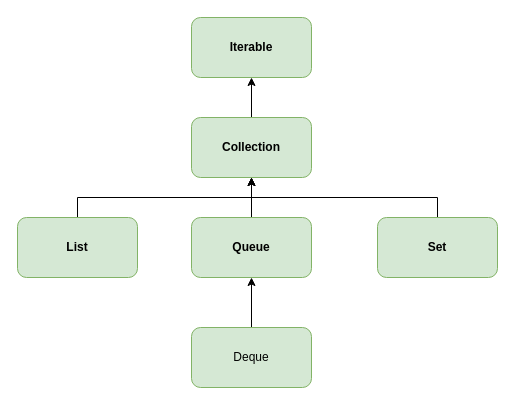
The draw.io diagram java集合框架继承体系.drawio in Fanziyang-v/hello-world, before the edit. Source tidied: cells renumbered, new cells numbered last; positions are measured from the earlier drawing's top-left corner, leaving out a move shared by most shapes. Both pictures are drawn from the tidied source at 100%, with x=0, y=0 at pixel (17, 17).
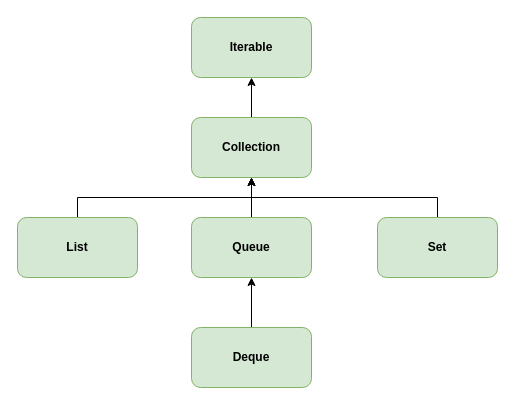
The same page after the edit.

Commit message (it also covers changes not shown here):
更新java集合框架继承体系.drawio

Change to the diagram source:
```diff
@@
 <mxGraphModel>
   <root>
     <mxCell id="0" />
     <mxCell id="1" parent="0" />
     <mxCell id="2" value="&lt;b&gt;Iterable&lt;/b&gt;" style="rounded=1;whiteSpace=wrap;html=1;fillColor=#d5e8d4;strokeColor=#82b366;" parent="1" vertex="1">
       <mxGeometry x="174" width="120" height="60" as="geometry" />
     </mxCell>
     <mxCell id="3" style="edgeStyle=orthogonalEdgeStyle;rounded=0;jettySize=auto;html=1;entryX=0.5;entryY=1;entryDx=0;entryDy=0;" parent="1" edge="1" source="4" target="2">
       <mxGeometry relative="1" as="geometry" />
     </mxCell>
     <mxCell id="4" value="&lt;b&gt;Collection&lt;/b&gt;" style="rounded=1;whiteSpace=wrap;html=1;fillColor=#d5e8d4;strokeColor=#82b366;" parent="1" vertex="1">
       <mxGeometry x="174" y="100" width="120" height="60" as="geometry" />
     </mxCell>
     <mxCell id="5" style="edgeStyle=orthogonalEdgeStyle;rounded=0;jettySize=auto;html=1;entryX=0.5;entryY=1;entryDx=0;entryDy=0;" parent="1" edge="1" source="6" target="4">
       <mxGeometry relative="1" as="geometry">
         <Array as="points">
           <mxPoint x="60" y="180" />
           <mxPoint x="234" y="180" />
         </Array>
       </mxGeometry>
     </mxCell>
     <mxCell id="6" value="&lt;b&gt;List&lt;/b&gt;" style="rounded=1;whiteSpace=wrap;html=1;fillColor=#d5e8d4;strokeColor=#82b366;" parent="1" vertex="1">
       <mxGeometry y="200" width="120" height="60" as="geometry" />
     </mxCell>
     <mxCell id="7" style="edgeStyle=orthogonalEdgeStyle;rounded=0;jettySize=auto;html=1;entryX=0.5;entryY=1;entryDx=0;entryDy=0;" parent="1" edge="1" source="8" target="4">
       <mxGeometry relative="1" as="geometry" />
     </mxCell>
     <mxCell id="8" value="&lt;b&gt;Queue&lt;/b&gt;" style="rounded=1;whiteSpace=wrap;html=1;fillColor=#d5e8d4;strokeColor=#82b366;" parent="1" vertex="1">
       <mxGeometry x="174" y="200" width="120" height="60" as="geometry" />
     </mxCell>
     <mxCell id="9" style="edgeStyle=orthogonalEdgeStyle;rounded=0;jettySize=auto;html=1;entryX=0.5;entryY=1;entryDx=0;entryDy=0;" parent="1" edge="1" source="10" target="4">
       <mxGeometry relative="1" as="geometry">
         <Array as="points">
           <mxPoint x="420" y="180" />
           <mxPoint x="234" y="180" />
         </Array>
       </mxGeometry>
     </mxCell>
     <mxCell id="10" value="&lt;b&gt;Set&lt;/b&gt;" style="rounded=1;whiteSpace=wrap;html=1;fillColor=#d5e8d4;strokeColor=#82b366;" parent="1" vertex="1">
       <mxGeometry x="360" y="200" width="120" height="60" as="geometry" />
     </mxCell>
     <mxCell id="11" style="edgeStyle=orthogonalEdgeStyle;rounded=0;jettySize=auto;html=1;entryX=0.5;entryY=1;entryDx=0;entryDy=0;" parent="1" edge="1" source="12" target="8">
       <mxGeometry relative="1" as="geometry" />
     </mxCell>
-    <mxCell id="12" value="Deque" style="rounded=1;whiteSpace=wrap;html=1;fillColor=#d5e8d4;strokeColor=#82b366;" parent="1" vertex="1">
+    <mxCell id="12" value="&lt;b&gt;Deque&lt;/b&gt;" style="rounded=1;whiteSpace=wrap;html=1;fillColor=#d5e8d4;strokeColor=#82b366;" parent="1" vertex="1">
       <mxGeometry x="174" y="310" width="120" height="60" as="geometry" />
     </mxCell>
   </root>
 </mxGraphModel>
```
